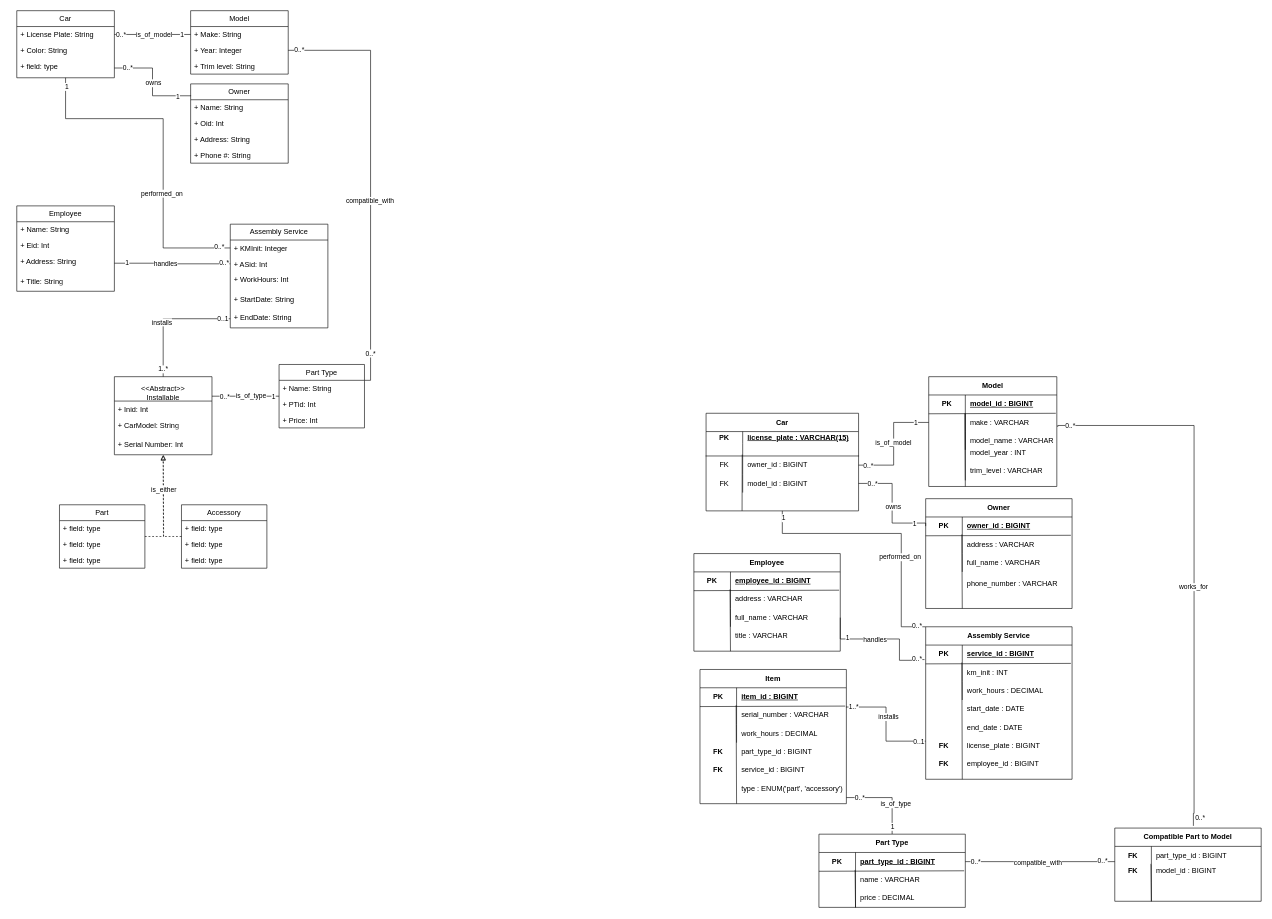
DylanBriSmith/4313Drawings keeps this draw.io diagram as 4314ass1parta.drawio. Above is the earlier version. Source tidied: cells renumbered, new cells numbered last; positions are measured from the earlier drawing's top-left corner, leaving out a move shared by most shapes. Both pictures are drawn from the tidied source at 61%, with x=0, y=0 at pixel (16, 10).
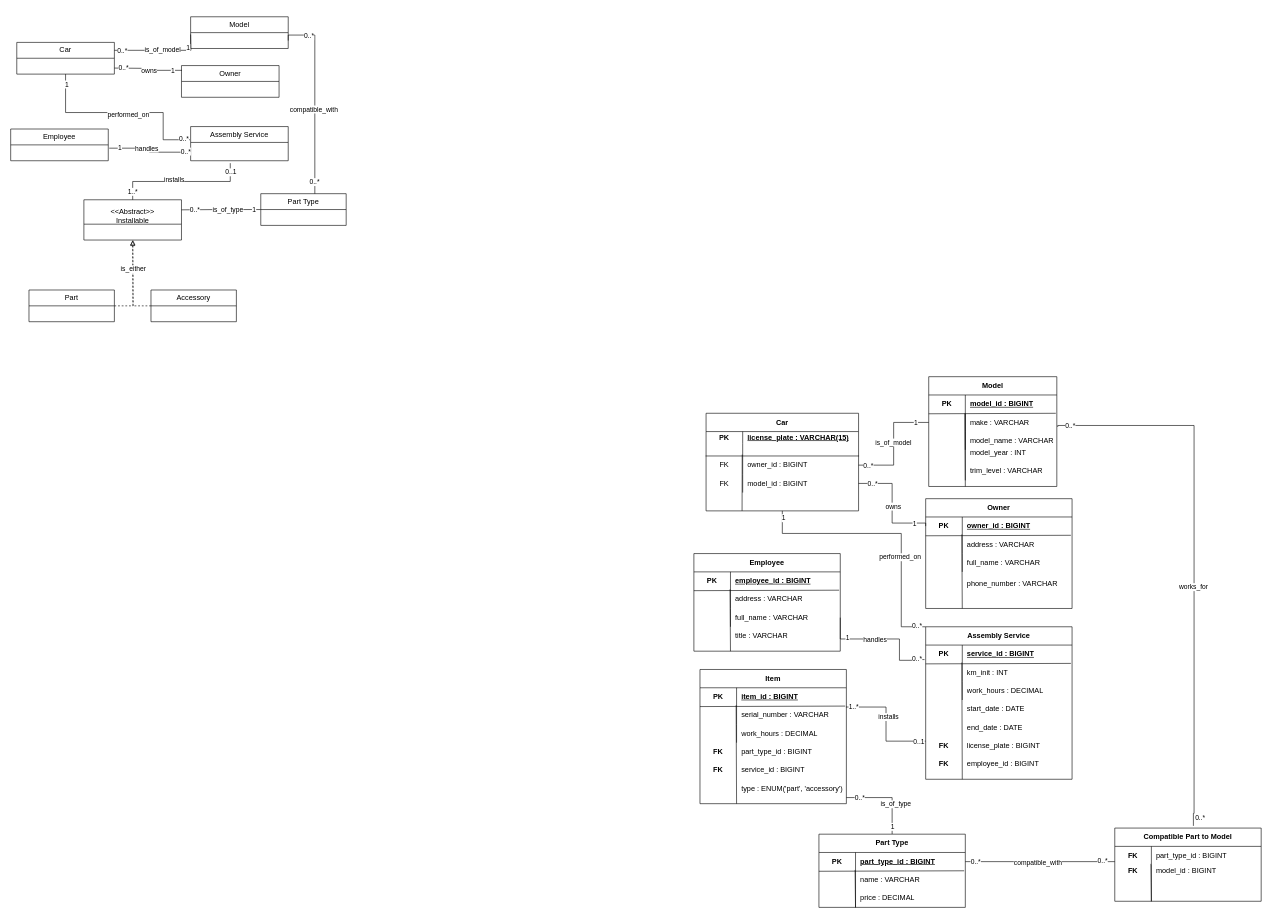
The same page after the edit.

Diff of the diagram source:
```diff
@@
     <mxCell id="2" value="Car" style="swimlane;fontStyle=0;horizontal=1;startSize=26;fillColor=none;whiteSpace=wrap;html=1;" parent="1" vertex="1">
-      <mxGeometry width="160" height="110" as="geometry" />
+      <mxGeometry y="52" width="160" height="52" as="geometry" />
     </mxCell>
-    <mxCell id="3" value="+ License Plate: String&lt;span style=&quot;white-space: pre;&quot;&gt;&#9;&lt;/span&gt;&amp;nbsp;" style="text;strokeColor=none;fillColor=none;align=left;verticalAlign=top;spacingLeft=4;spacingRight=4;overflow=hidden;points=[[0,0.5],[1,0.5]];portConstraint=eastwest;whiteSpace=wrap;html=1;" parent="2" vertex="1">
-      <mxGeometry y="26" width="160" height="26" as="geometry" />
-    </mxCell>
-    <mxCell id="4" value="+ Color: String&lt;span style=&quot;white-space: pre;&quot;&gt;&#9;&lt;/span&gt;&lt;span style=&quot;white-space: pre;&quot;&gt;&#9;&lt;/span&gt;" style="text;strokeColor=none;fillColor=none;align=left;verticalAlign=top;spacingLeft=4;spacingRight=4;overflow=hidden;whiteSpace=wrap;html=1;" parent="2" vertex="1">
-      <mxGeometry y="52" width="160" height="26" as="geometry" />
-    </mxCell>
-    <mxCell id="5" value="+ field: type" style="text;strokeColor=none;fillColor=none;align=left;verticalAlign=top;spacingLeft=4;spacingRight=4;overflow=hidden;points=[[0,0.5],[1,0.5]];portConstraint=eastwest;whiteSpace=wrap;html=1;" parent="2" vertex="1">
-      <mxGeometry y="78" width="160" height="32" as="geometry" />
-    </mxCell>
     <mxCell id="6" value="Model" style="swimlane;fontStyle=0;horizontal=1;startSize=26;fillColor=none;whiteSpace=wrap;html=1;" parent="1" vertex="1">
-      <mxGeometry x="285" width="160" height="104" as="geometry" />
+      <mxGeometry x="285" y="10" width="160" height="52" as="geometry" />
     </mxCell>
-    <mxCell id="7" value="+ Make: String&lt;span style=&quot;white-space: pre;&quot;&gt;&#9;&lt;/span&gt;&lt;div&gt;&lt;span style=&quot;white-space: pre;&quot;&gt;&#9;&lt;/span&gt;&amp;nbsp;&lt;span style=&quot;white-space: pre;&quot;&gt;&#9;&lt;/span&gt;&lt;/div&gt;" style="text;strokeColor=none;fillColor=none;align=left;verticalAlign=top;spacingLeft=4;spacingRight=4;overflow=hidden;points=[[0,0.5],[1,0.5]];portConstraint=eastwest;whiteSpace=wrap;html=1;" parent="6" vertex="1">
-      <mxGeometry y="26" width="160" height="26" as="geometry" />
-    </mxCell>
-    <mxCell id="8" value="+ Year: Integer&lt;span style=&quot;white-space: pre;&quot;&gt;&#9;&lt;/span&gt;&lt;span style=&quot;white-space: pre;&quot;&gt;&#9;&lt;/span&gt;" style="text;strokeColor=none;fillColor=none;align=left;verticalAlign=top;spacingLeft=4;spacingRight=4;overflow=hidden;points=[[0,0.5],[1,0.5]];portConstraint=eastwest;whiteSpace=wrap;html=1;" parent="6" vertex="1">
-      <mxGeometry y="52" width="160" height="26" as="geometry" />
-    </mxCell>
-    <mxCell id="9" value="+ Trim level: String" style="text;strokeColor=none;fillColor=none;align=left;verticalAlign=top;spacingLeft=4;spacingRight=4;overflow=hidden;whiteSpace=wrap;html=1;" parent="6" vertex="1">
-      <mxGeometry y="78" width="160" height="26" as="geometry" />
-    </mxCell>
-    <mxCell id="10" style="edgeStyle=orthogonalEdgeStyle;rounded=0;jettySize=auto;html=1;entryX=0;entryY=0.5;entryDx=0;entryDy=0;endArrow=none;endFill=0;" parent="1" edge="1" source="3" target="7">
-      <mxGeometry relative="1" as="geometry" />
+    <mxCell id="10" style="edgeStyle=orthogonalEdgeStyle;rounded=0;jettySize=auto;html=1;entryX=0;entryY=0.5;entryDx=0;entryDy=0;endArrow=none;endFill=0;exitX=1;exitY=0.25;exitDx=0;exitDy=0;" parent="1" edge="1" source="2">
+      <mxGeometry relative="1" as="geometry">
+        <mxPoint x="285" y="39" as="targetPoint" />
+      </mxGeometry>
     </mxCell>
@@
     <mxCell id="12" value="1" style="edgeLabel;html=1;align=center;verticalAlign=middle;" parent="10" vertex="1">
-      <mxGeometry x="0.76" relative="1" as="geometry" />
+      <mxGeometry x="0.76" relative="1" as="geometry">
+        <mxPoint x="-5" y="3" as="offset" />
+      </mxGeometry>
     </mxCell>
@@
     <mxCell id="14" value="Owner" style="swimlane;fontStyle=0;horizontal=1;startSize=26;fillColor=none;whiteSpace=wrap;html=1;" parent="1" vertex="1">
-      <mxGeometry x="285" y="120" width="160" height="130" as="geometry" />
+      <mxGeometry x="270" y="90" width="160" height="52" as="geometry" />
     </mxCell>
-    <mxCell id="15" value="+ Name: String&lt;span style=&quot;white-space: pre;&quot;&gt;&#9;&lt;/span&gt;&lt;div&gt;&lt;span style=&quot;white-space: pre;&quot;&gt;&#9;&lt;/span&gt;&amp;nbsp;&lt;span style=&quot;white-space: pre;&quot;&gt;&#9;&lt;/span&gt;&lt;/div&gt;" style="text;strokeColor=none;fillColor=none;align=left;verticalAlign=top;spacingLeft=4;spacingRight=4;overflow=hidden;whiteSpace=wrap;html=1;" parent="14" vertex="1">
-      <mxGeometry y="26" width="160" height="26" as="geometry" />
-    </mxCell>
-    <mxCell id="16" value="+ Oid: Int" style="text;strokeColor=none;fillColor=none;align=left;verticalAlign=top;spacingLeft=4;spacingRight=4;overflow=hidden;whiteSpace=wrap;html=1;" parent="14" vertex="1">
-      <mxGeometry y="52" width="160" height="26" as="geometry" />
-    </mxCell>
-    <mxCell id="17" value="+ Address: String" style="text;strokeColor=none;fillColor=none;align=left;verticalAlign=top;spacingLeft=4;spacingRight=4;overflow=hidden;whiteSpace=wrap;html=1;" parent="14" vertex="1">
-      <mxGeometry y="78" width="160" height="52" as="geometry" />
-    </mxCell>
-    <mxCell id="18" value="+ Phone #: String" style="text;strokeColor=none;fillColor=none;align=left;verticalAlign=top;spacingLeft=4;spacingRight=4;overflow=hidden;whiteSpace=wrap;html=1;" parent="1" vertex="1">
-      <mxGeometry x="285" y="224" width="160" height="26" as="geometry" />
-    </mxCell>
-    <mxCell id="19" value="1" style="edgeStyle=orthogonalEdgeStyle;rounded=0;jettySize=auto;html=1;endArrow=none;endFill=0;entryX=0.005;entryY=0.15;entryDx=0;entryDy=0;entryPerimeter=0;" parent="1" edge="1" source="5" target="14">
-      <mxGeometry x="0.74" y="-1" relative="1" as="geometry" />
+    <mxCell id="19" value="1" style="edgeStyle=orthogonalEdgeStyle;rounded=0;jettySize=auto;html=1;endArrow=none;endFill=0;entryX=0.005;entryY=0.15;entryDx=0;entryDy=0;entryPerimeter=0;" parent="1" edge="1" target="14">
+      <mxGeometry x="0.74" y="-1" relative="1" as="geometry">
+        <mxPoint x="160" y="94.1" as="sourcePoint" />
+      </mxGeometry>
     </mxCell>
@@
     <mxCell id="22" value="Employee" style="swimlane;fontStyle=0;horizontal=1;startSize=26;fillColor=none;whiteSpace=wrap;html=1;" parent="1" vertex="1">
-      <mxGeometry y="320" width="160" height="140" as="geometry" />
+      <mxGeometry x="-10" y="194" width="160" height="52" as="geometry" />
     </mxCell>
-    <mxCell id="23" value="+ Name: String&lt;span style=&quot;white-space: pre;&quot;&gt;&#9;&lt;/span&gt;&lt;div&gt;&lt;span style=&quot;white-space: pre;&quot;&gt;&#9;&lt;/span&gt;&amp;nbsp;&lt;span style=&quot;white-space: pre;&quot;&gt;&#9;&lt;/span&gt;&lt;/div&gt;" style="text;strokeColor=none;fillColor=none;align=left;verticalAlign=top;spacingLeft=4;spacingRight=4;overflow=hidden;whiteSpace=wrap;html=1;" parent="22" vertex="1">
-      <mxGeometry y="26" width="160" height="26" as="geometry" />
-    </mxCell>
-    <mxCell id="24" value="+ Eid: Int" style="text;strokeColor=none;fillColor=none;align=left;verticalAlign=top;spacingLeft=4;spacingRight=4;overflow=hidden;whiteSpace=wrap;html=1;" parent="22" vertex="1">
-      <mxGeometry y="52" width="160" height="26" as="geometry" />
-    </mxCell>
-    <mxCell id="25" value="+ Address: String" style="text;strokeColor=none;fillColor=none;align=left;verticalAlign=top;spacingLeft=4;spacingRight=4;overflow=hidden;points=[[0,0.5],[1,0.5]];portConstraint=eastwest;whiteSpace=wrap;html=1;" parent="22" vertex="1">
-      <mxGeometry y="78" width="160" height="32" as="geometry" />
-    </mxCell>
-    <mxCell id="26" value="+ Title: String" style="text;strokeColor=none;fillColor=none;align=left;verticalAlign=top;spacingLeft=4;spacingRight=4;overflow=hidden;whiteSpace=wrap;html=1;" parent="22" vertex="1">
-      <mxGeometry y="110" width="160" height="30" as="geometry" />
-    </mxCell>
     <mxCell id="27" value="Assembly Service" style="swimlane;fontStyle=0;horizontal=1;startSize=26;fillColor=none;whiteSpace=wrap;html=1;" parent="1" vertex="1">
-      <mxGeometry x="350" y="350" width="160" height="170" as="geometry" />
+      <mxGeometry x="285" y="190" width="160" height="56" as="geometry" />
     </mxCell>
-    <mxCell id="28" value="+ KMInit: Integer" style="text;strokeColor=none;fillColor=none;align=left;verticalAlign=top;spacingLeft=4;spacingRight=4;overflow=hidden;points=[[0,0.5],[1,0.5]];portConstraint=eastwest;whiteSpace=wrap;html=1;" parent="27" vertex="1">
-      <mxGeometry y="26" width="160" height="26" as="geometry" />
-    </mxCell>
-    <mxCell id="29" value="+ ASid: Int" style="text;strokeColor=none;fillColor=none;align=left;verticalAlign=top;spacingLeft=4;spacingRight=4;overflow=hidden;points=[[0,0.5],[1,0.5]];portConstraint=eastwest;whiteSpace=wrap;html=1;" parent="27" vertex="1">
-      <mxGeometry y="52" width="160" height="26" as="geometry" />
-    </mxCell>
-    <mxCell id="30" value="+ WorkHours: Int" style="text;strokeColor=none;fillColor=none;align=left;verticalAlign=top;spacingLeft=4;spacingRight=4;overflow=hidden;whiteSpace=wrap;html=1;" parent="27" vertex="1">
-      <mxGeometry y="78" width="160" height="32" as="geometry" />
-    </mxCell>
-    <mxCell id="31" value="+ StartDate: String&lt;div&gt;&lt;br&gt;&lt;/div&gt;" style="text;strokeColor=none;fillColor=none;align=left;verticalAlign=top;spacingLeft=4;spacingRight=4;overflow=hidden;whiteSpace=wrap;html=1;" parent="27" vertex="1">
-      <mxGeometry y="110" width="160" height="30" as="geometry" />
-    </mxCell>
-    <mxCell id="32" value="+ EndDate: String&lt;div&gt;&lt;br&gt;&lt;/div&gt;" style="text;strokeColor=none;fillColor=none;align=left;verticalAlign=top;spacingLeft=4;spacingRight=4;overflow=hidden;points=[[0,0.5],[1,0.5]];portConstraint=eastwest;whiteSpace=wrap;html=1;" parent="27" vertex="1">
-      <mxGeometry y="140" width="160" height="30" as="geometry" />
-    </mxCell>
-    <mxCell id="33" style="edgeStyle=orthogonalEdgeStyle;rounded=0;jettySize=auto;html=1;entryX=0;entryY=0.5;entryDx=0;entryDy=0;endArrow=none;endFill=0;" parent="1" edge="1" source="25" target="29">
+    <mxCell id="33" style="edgeStyle=orthogonalEdgeStyle;rounded=0;jettySize=auto;html=1;entryX=0;entryY=0.75;entryDx=0;entryDy=0;endArrow=none;endFill=0;exitX=1.01;exitY=0.604;exitDx=0;exitDy=0;exitPerimeter=0;" parent="1" edge="1" source="22" target="27">
       <mxGeometry relative="1" as="geometry" />
     </mxCell>
@@
-    <mxCell id="37" style="edgeStyle=orthogonalEdgeStyle;rounded=0;jettySize=auto;html=1;entryX=0;entryY=0.5;entryDx=0;entryDy=0;endArrow=none;endFill=0;" parent="1" edge="1" source="5" target="28">
+    <mxCell id="37" style="edgeStyle=orthogonalEdgeStyle;rounded=0;jettySize=auto;html=1;endArrow=none;endFill=0;entryX=-0.007;entryY=0.386;entryDx=0;entryDy=0;entryPerimeter=0;exitX=0.5;exitY=1;exitDx=0;exitDy=0;" parent="1" edge="1" source="2" target="27">
       <mxGeometry relative="1" as="geometry">
         <Array as="points">
-          <mxPoint x="80" y="177" />
-          <mxPoint x="240" y="177" />
-          <mxPoint x="240" y="389" />
+          <mxPoint x="80" y="167" />
+          <mxPoint x="240" y="167" />
+          <mxPoint x="240" y="212" />
         </Array>
       </mxGeometry>
     </mxCell>
@@
     <mxCell id="39" value="1" style="edgeLabel;html=1;align=center;verticalAlign=middle;" parent="37" vertex="1">
-      <mxGeometry x="-0.95" y="1" relative="1" as="geometry" />
+      <mxGeometry x="-0.95" y="1" relative="1" as="geometry">
+        <mxPoint y="8" as="offset" />
+      </mxGeometry>
     </mxCell>
     <mxCell id="40" value="performed_on" style="edgeLabel;html=1;align=center;verticalAlign=middle;" parent="37" vertex="1">
-      <mxGeometry x="0.27" y="-3" relative="1" as="geometry" />
+      <mxGeometry x="0.27" y="-3" relative="1" as="geometry">
+        <mxPoint x="-33" as="offset" />
+      </mxGeometry>
     </mxCell>
     <mxCell id="41" value="&lt;br&gt;&lt;div&gt;&amp;lt;&amp;lt;Abstract&amp;gt;&amp;gt;&lt;/div&gt;&lt;div&gt;Installable&lt;/div&gt;" style="swimlane;fontStyle=0;horizontal=1;startSize=40;fillColor=none;whiteSpace=wrap;html=1;" parent="1" vertex="1">
-      <mxGeometry x="160" y="600" width="160" height="128" as="geometry" />
+      <mxGeometry x="110" y="310" width="160" height="66" as="geometry" />
     </mxCell>
-    <mxCell id="42" value="+ Inid: Int" style="text;strokeColor=none;fillColor=none;align=left;verticalAlign=top;spacingLeft=4;spacingRight=4;overflow=hidden;whiteSpace=wrap;html=1;" parent="41" vertex="1">
-      <mxGeometry y="40" width="160" height="26" as="geometry" />
-    </mxCell>
-    <mxCell id="43" value="+ CarModel: String" style="text;strokeColor=none;fillColor=none;align=left;verticalAlign=top;spacingLeft=4;spacingRight=4;overflow=hidden;whiteSpace=wrap;html=1;" parent="41" vertex="1">
-      <mxGeometry y="66" width="160" height="32" as="geometry" />
-    </mxCell>
-    <mxCell id="44" value="&lt;div&gt;+ Serial Number: Int&lt;/div&gt;" style="text;strokeColor=none;fillColor=none;align=left;verticalAlign=top;spacingLeft=4;spacingRight=4;overflow=hidden;whiteSpace=wrap;html=1;" parent="41" vertex="1">
-      <mxGeometry y="98" width="160" height="30" as="geometry" />
-    </mxCell>
     <mxCell id="45" value="Part" style="swimlane;fontStyle=0;horizontal=1;startSize=26;fillColor=none;whiteSpace=wrap;html=1;" parent="1" vertex="1">
-      <mxGeometry x="70" y="810" width="140" height="104" as="geometry" />
+      <mxGeometry x="20" y="457.9" width="140" height="52" as="geometry" />
     </mxCell>
-    <mxCell id="46" value="+ field: type" style="text;strokeColor=none;fillColor=none;align=left;verticalAlign=top;spacingLeft=4;spacingRight=4;overflow=hidden;whiteSpace=wrap;html=1;" parent="45" vertex="1">
-      <mxGeometry y="26" width="140" height="26" as="geometry" />
-    </mxCell>
-    <mxCell id="47" value="+ field: type" style="text;strokeColor=none;fillColor=none;align=left;verticalAlign=top;spacingLeft=4;spacingRight=4;overflow=hidden;whiteSpace=wrap;html=1;" parent="45" vertex="1">
-      <mxGeometry y="52" width="140" height="26" as="geometry" />
-    </mxCell>
-    <mxCell id="48" value="+ field: type" style="text;strokeColor=none;fillColor=none;align=left;verticalAlign=top;spacingLeft=4;spacingRight=4;overflow=hidden;whiteSpace=wrap;html=1;" parent="45" vertex="1">
-      <mxGeometry y="78" width="140" height="26" as="geometry" />
-    </mxCell>
     <mxCell id="49" value="Accessory" style="swimlane;fontStyle=0;horizontal=1;startSize=26;fillColor=none;whiteSpace=wrap;html=1;" parent="1" vertex="1">
-      <mxGeometry x="270" y="810" width="140" height="104" as="geometry" />
+      <mxGeometry x="220" y="457.9" width="140" height="52" as="geometry" />
     </mxCell>
-    <mxCell id="50" value="+ field: type" style="text;strokeColor=none;fillColor=none;align=left;verticalAlign=top;spacingLeft=4;spacingRight=4;overflow=hidden;whiteSpace=wrap;html=1;" parent="49" vertex="1">
-      <mxGeometry y="26" width="140" height="26" as="geometry" />
-    </mxCell>
-    <mxCell id="51" value="+ field: type" style="text;strokeColor=none;fillColor=none;align=left;verticalAlign=top;spacingLeft=4;spacingRight=4;overflow=hidden;whiteSpace=wrap;html=1;" parent="49" vertex="1">
-      <mxGeometry y="52" width="140" height="26" as="geometry" />
-    </mxCell>
-    <mxCell id="52" value="+ field: type" style="text;strokeColor=none;fillColor=none;align=left;verticalAlign=top;spacingLeft=4;spacingRight=4;overflow=hidden;whiteSpace=wrap;html=1;" parent="49" vertex="1">
-      <mxGeometry y="78" width="140" height="26" as="geometry" />
-    </mxCell>
     <mxCell id="53" style="edgeStyle=orthogonalEdgeStyle;rounded=0;jettySize=auto;html=1;entryX=0.501;entryY=1.002;entryDx=0;entryDy=0;entryPerimeter=0;endArrow=block;endFill=0;strokeWidth=1;dashed=1;" parent="1" edge="1" source="45">
       <mxGeometry relative="1" as="geometry">
-        <mxPoint x="240.2" y="728.1" as="targetPoint" />
+        <mxPoint x="190.2" y="376" as="targetPoint" />
       </mxGeometry>
     </mxCell>
     <mxCell id="54" style="edgeStyle=orthogonalEdgeStyle;rounded=0;jettySize=auto;html=1;entryX=0.5;entryY=1.034;entryDx=0;entryDy=0;entryPerimeter=0;endArrow=block;endFill=0;dashed=1;" parent="1" edge="1" source="49">
       <mxGeometry relative="1" as="geometry">
-        <mxPoint x="240" y="729" as="targetPoint" />
+        <mxPoint x="190" y="377" as="targetPoint" />
       </mxGeometry>
     </mxCell>
@@
-    <mxCell id="56" style="edgeStyle=orthogonalEdgeStyle;rounded=0;jettySize=auto;html=1;entryX=1;entryY=0.5;entryDx=0;entryDy=0;endArrow=none;endFill=0;" parent="1" edge="1" source="64" target="8">
+    <mxCell id="56" style="edgeStyle=orthogonalEdgeStyle;rounded=0;jettySize=auto;html=1;endArrow=none;endFill=0;entryX=1;entryY=0.75;entryDx=0;entryDy=0;exitX=0.633;exitY=0;exitDx=0;exitDy=0;exitPerimeter=0;" parent="1" edge="1" source="64" target="6">
       <mxGeometry relative="1" as="geometry">
         <Array as="points">
-          <mxPoint x="580" y="606" />
-          <mxPoint x="580" y="65" />
+          <mxPoint x="489" y="40" />
+          <mxPoint x="445" y="40" />
         </Array>
       </mxGeometry>
     </mxCell>
@@
     <mxCell id="58" value="0..*" style="edgeLabel;html=1;align=center;verticalAlign=middle;" parent="56" vertex="1">
-      <mxGeometry x="0.95" y="-1" relative="1" as="geometry" />
+      <mxGeometry x="0.95" y="-1" relative="1" as="geometry">
+        <mxPoint x="34" as="offset" />
+      </mxGeometry>
     </mxCell>
     <mxCell id="59" value="0..*" style="edgeLabel;html=1;align=center;verticalAlign=middle;" parent="56" vertex="1">
       <mxGeometry x="-0.97" y="1" relative="1" as="geometry">
-        <mxPoint y="-45" as="offset" />
+        <mxPoint y="-15" as="offset" />
       </mxGeometry>
     </mxCell>
@@
     <mxCell id="64" value="Part Type" style="swimlane;fontStyle=0;horizontal=1;startSize=26;fillColor=none;whiteSpace=wrap;html=1;" parent="1" vertex="1">
-      <mxGeometry x="430" y="580" width="140" height="104" as="geometry" />
+      <mxGeometry x="400" y="300" width="140" height="52" as="geometry" />
     </mxCell>
-    <mxCell id="65" value="+ Name: String" style="text;strokeColor=none;fillColor=none;align=left;verticalAlign=top;spacingLeft=4;spacingRight=4;overflow=hidden;whiteSpace=wrap;html=1;" parent="64" vertex="1">
-      <mxGeometry y="26" width="140" height="26" as="geometry" />
-    </mxCell>
-    <mxCell id="66" value="+ PTid: Int" style="text;strokeColor=none;fillColor=none;align=left;verticalAlign=top;spacingLeft=4;spacingRight=4;overflow=hidden;whiteSpace=wrap;html=1;" parent="64" vertex="1">
-      <mxGeometry y="52" width="140" height="26" as="geometry" />
-    </mxCell>
-    <mxCell id="67" value="+ Price: Int" style="text;strokeColor=none;fillColor=none;align=left;verticalAlign=top;spacingLeft=4;spacingRight=4;overflow=hidden;whiteSpace=wrap;html=1;" parent="64" vertex="1">
-      <mxGeometry y="78" width="140" height="26" as="geometry" />
-    </mxCell>
-    <mxCell id="68" style="edgeStyle=orthogonalEdgeStyle;rounded=0;jettySize=auto;html=1;entryX=0.5;entryY=0;entryDx=0;entryDy=0;endArrow=none;endFill=0;" parent="1" edge="1" source="32" target="41">
-      <mxGeometry relative="1" as="geometry" />
+    <mxCell id="68" style="edgeStyle=orthogonalEdgeStyle;rounded=0;jettySize=auto;html=1;entryX=0.5;entryY=0;entryDx=0;entryDy=0;endArrow=none;endFill=0;" parent="1" edge="1" target="41">
+      <mxGeometry relative="1" as="geometry">
+        <mxPoint x="350" y="250" as="sourcePoint" />
+        <Array as="points">
+          <mxPoint x="350" y="280" />
+          <mxPoint x="190" y="280" />
+        </Array>
+      </mxGeometry>
     </mxCell>
```
